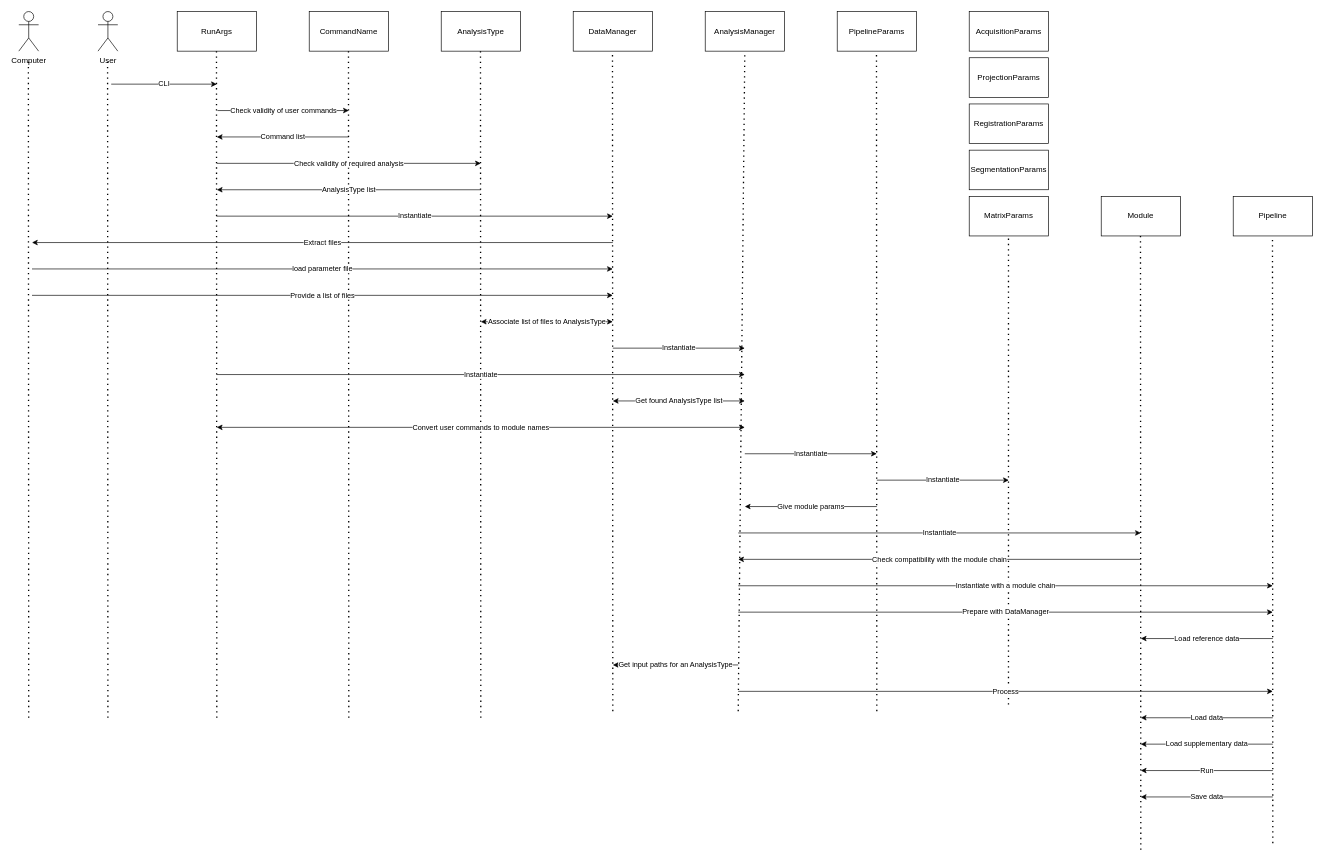
Earlier version of the draw.io diagram docs/diagram_sequence_pylot.drawio (XDevos/chromapylot). Source tidied: cells renumbered, new cells numbered last; positions are measured from the earlier drawing's top-left corner, leaving out a move shared by most shapes. Both pictures are drawn from the tidied source at 66%, with x=0, y=0 at pixel (18, 11).
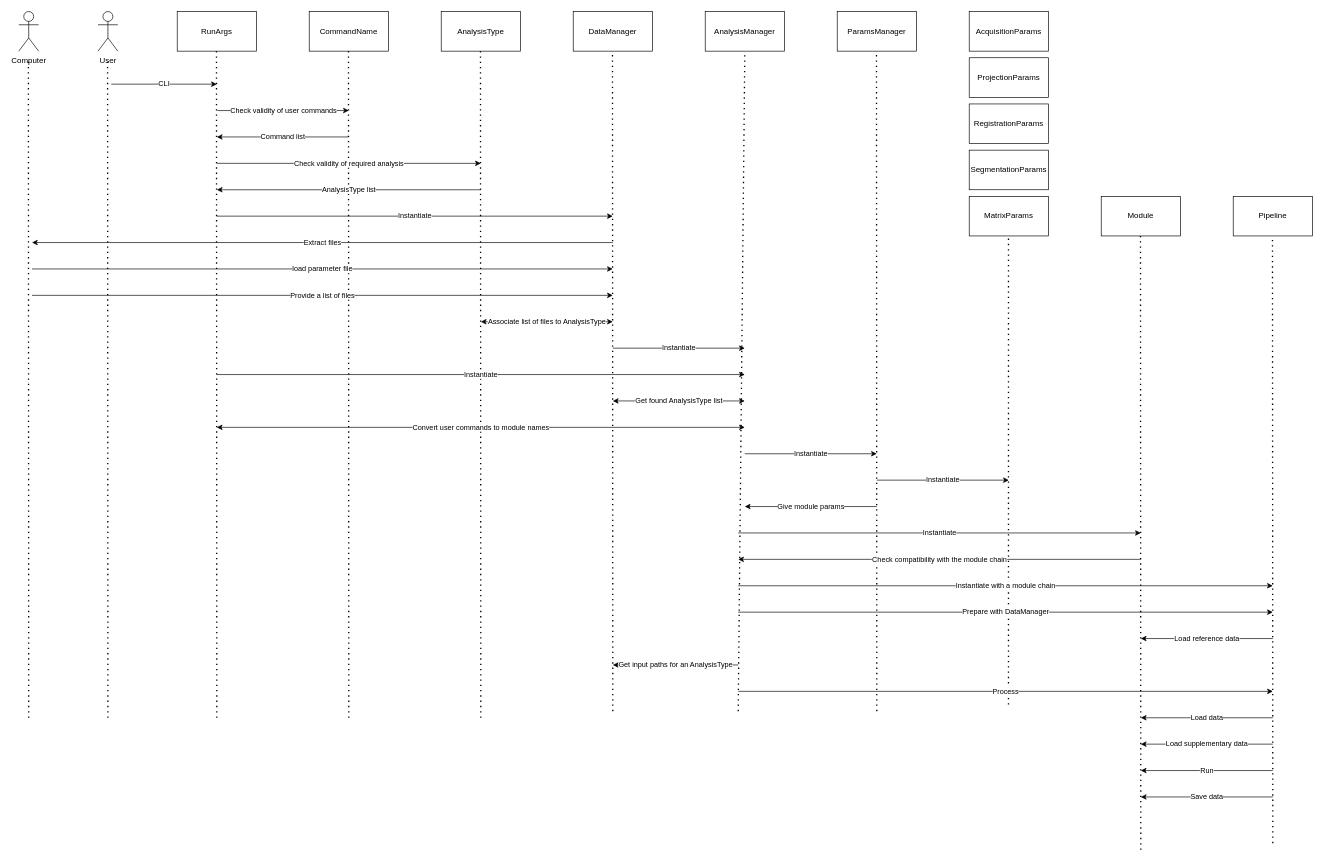
After the change.

Commit message (it also covers changes not shown here):
Rename PipelineParams class to ParamsManager

The edit, as a diff of the source:
```diff
@@
-    <mxCell id="9" value="PipelineParams" style="rounded=0;whiteSpace=wrap;html=1;" parent="1" vertex="1">
+    <mxCell id="9" value="ParamsManager" style="rounded=0;whiteSpace=wrap;html=1;" parent="1" vertex="1">
       <mxGeometry x="1240" width="120" height="60" as="geometry" />
     </mxCell>
```
